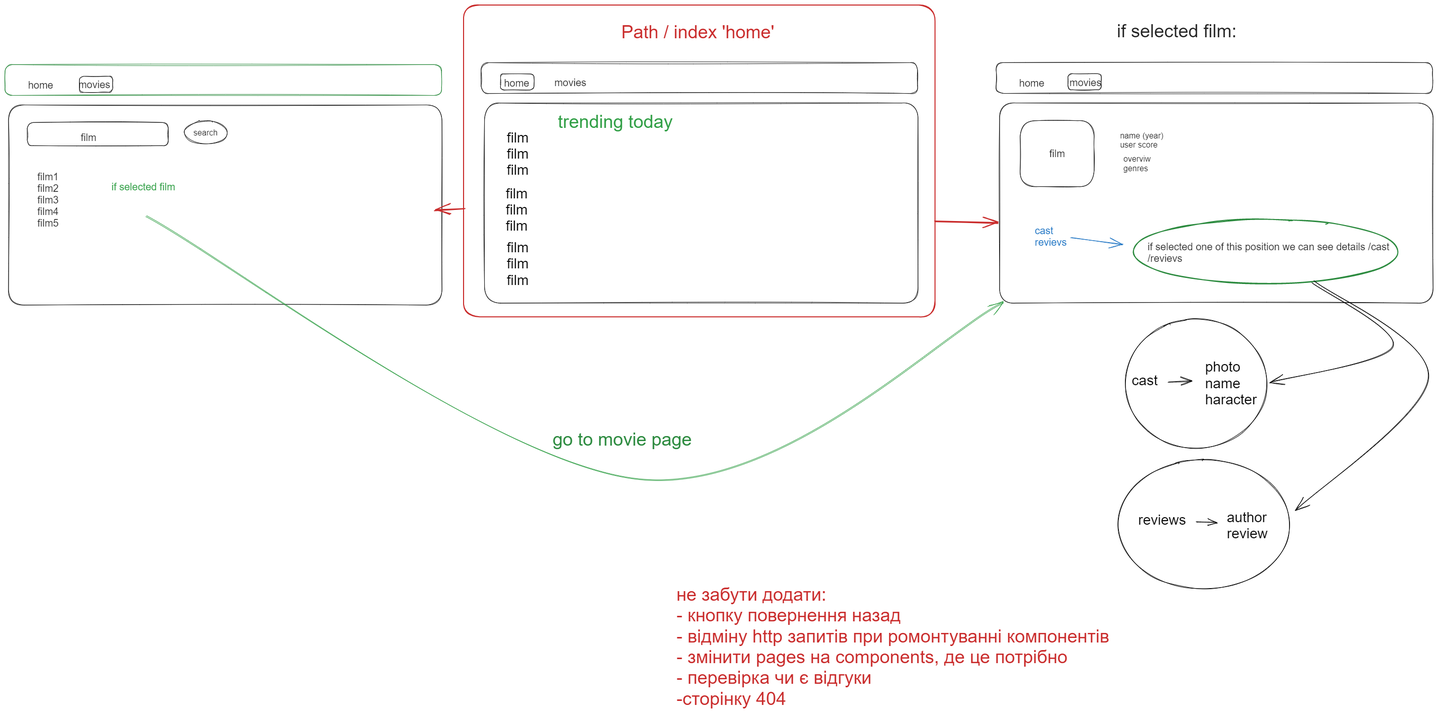
This is public/draw.png from AngryAndrii/goit-react-hw-05-movies, a Excalidraw export, as it was before one commit. Source tidied: one line per element, renumbered; positions are measured from the earlier drawing's top-left corner, leaving out a move shared by most shapes.
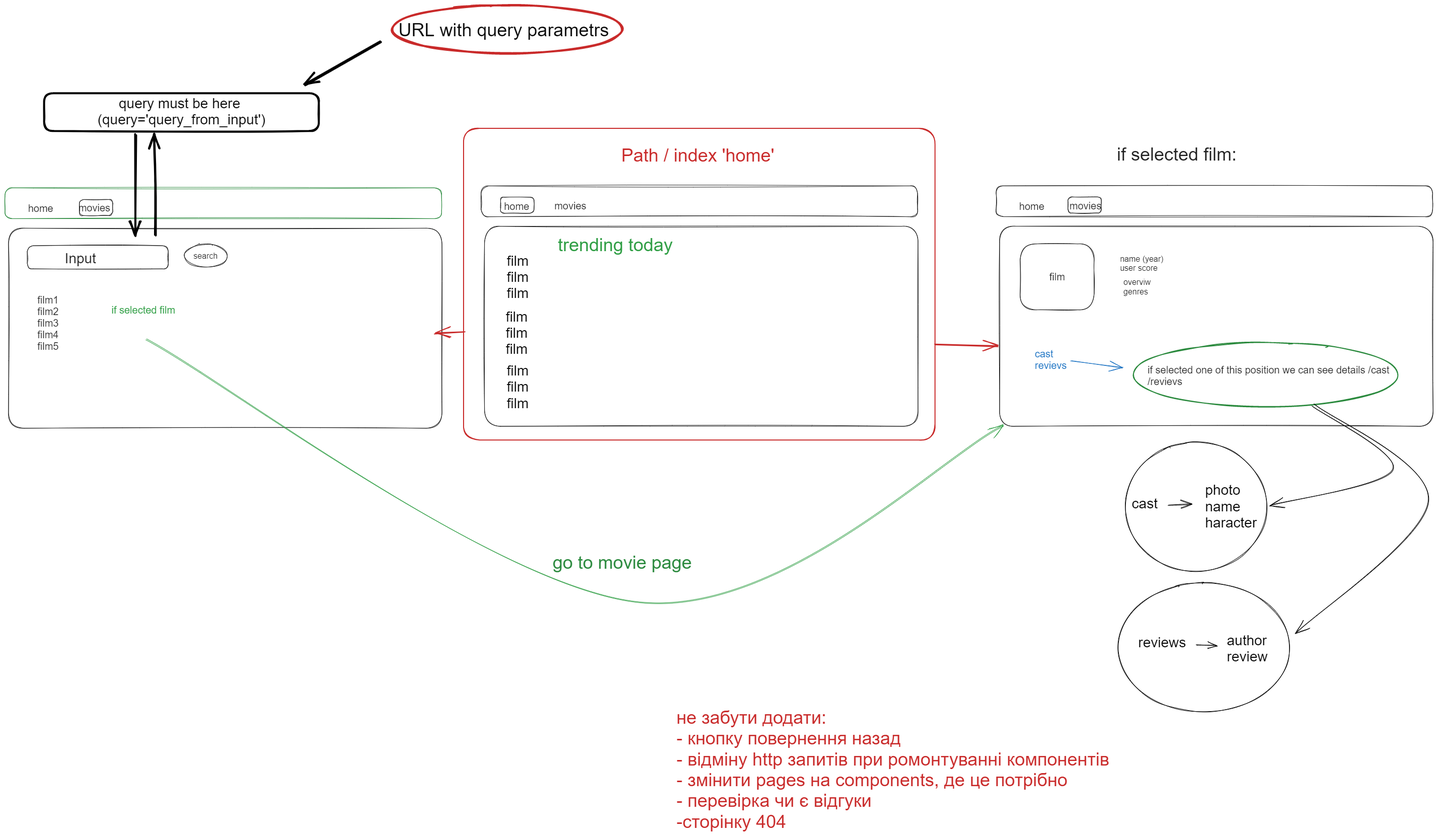
The same file after the commit.

The edit, as a diff of the source:
```diff
@@ -26,7 +26,7 @@
 {"id": 25, "type": "ellipse", "strokeColor": "#1e1e1e", "strokeWidth": 1, "roughness": 1, "round": true, "x": 356, "y": 230, "width": 85, "height": 46}
 {"id": 26, "type": "text", "text": "search", "strokeColor": "#1e1e1e", "strokeWidth": 1, "roughness": 1, "fontSize": 16, "fontFamily": 2, "textAlign": "center", "verticalAlign": "middle", "inside": 25, "x": 374, "y": 244, "width": 48, "height": 18}
 {"id": 27, "type": "text", "text": "film1\nfilm2\nfilm3\nfilm4\nfilm5", "strokeColor": "#1e1e1e", "strokeWidth": 1, "roughness": 1, "fontSize": 20, "fontFamily": 2, "x": 64, "y": 330, "width": 42, "height": 115}
-{"id": 28, "type": "text", "text": "film", "strokeColor": "#1e1e1e", "strokeWidth": 1, "roughness": 1, "fontSize": 20, "fontFamily": 2, "x": 150, "y": 252, "width": 31, "height": 23}
+{"id": 28, "type": "text", "text": "Input", "strokeColor": "#1e1e1e", "strokeWidth": 1, "roughness": 1, "fontSize": 28, "fontFamily": 2, "x": 119, "y": 243, "width": 62, "height": 32}
 {"id": 29, "type": "arrow", "strokeColor": "#2f9e44", "strokeWidth": 1, "roughness": 1, "endArrowhead": "arrow", "round": true, "x": 280, "y": 419, "width": 1703, "height": 522, "points": [[0, 0], [980, 522], [1703, 172]]}
 {"id": 30, "type": "text", "text": "if selected film", "strokeColor": "#2f9e44", "strokeWidth": 1, "roughness": 1, "fontSize": 20, "fontFamily": 2, "x": 211, "y": 350, "width": 127, "height": 23}
 {"id": 31, "type": "rectangle", "strokeColor": "#c92a2a", "strokeWidth": 2, "roughness": 1, "round": true, "x": 911, "y": 0, "width": 937, "height": 619}
@@ -49,3 +49,10 @@
 {"id": 48, "type": "text", "text": "film\nfilm\nfilm", "strokeColor": "#000000", "strokeWidth": 1, "roughness": 1, "fontSize": 28, "fontFamily": 2, "x": 997, "y": 248, "width": 44, "height": 97}
 {"id": 49, "type": "text", "text": "film\nfilm\nfilm", "strokeColor": "#000000", "strokeWidth": 1, "roughness": 1, "fontSize": 28, "fontFamily": 2, "x": 995, "y": 359, "width": 44, "height": 97}
 {"id": 50, "type": "text", "text": "film\nfilm\nfilm", "strokeColor": "#000000", "strokeWidth": 1, "roughness": 1, "fontSize": 28, "fontFamily": 2, "x": 997, "y": 467, "width": 44, "height": 97}
+{"id": 51, "type": "arrow", "strokeColor": "#000000", "strokeWidth": 4, "roughness": 1, "endArrowhead": "arrow", "round": true, "x": 259, "y": 13, "width": 0, "height": 201, "points": [[0, 0], [0, 201]]}
+{"id": 52, "type": "arrow", "strokeColor": "#000000", "strokeWidth": 4, "roughness": 1, "endArrowhead": "arrow", "round": true, "x": 299, "y": 213, "width": 3, "height": 201, "points": [[0, 0], [-1, -100], [-3, -201]]}
+{"id": 53, "type": "rectangle", "strokeColor": "#000000", "strokeWidth": 4, "roughness": 1, "round": true, "x": 78, "y": -70, "width": 546, "height": 75}
+{"id": 54, "type": "text", "text": "query must be here \n(query='query_from_input')", "strokeColor": "#000000", "strokeWidth": 4, "roughness": 1, "fontSize": 28, "fontFamily": 2, "textAlign": "center", "verticalAlign": "middle", "inside": 53, "x": 184, "y": -65, "width": 334, "height": 64}
+{"id": 55, "type": "arrow", "strokeColor": "#000000", "strokeWidth": 4, "roughness": 1, "endArrowhead": "arrow", "round": true, "to": 53, "x": 747, "y": -171, "width": 150, "height": 85, "points": [[0, 0], [-150, 85]]}
+{"id": 56, "type": "text", "text": "URL with query parametrs", "strokeColor": "#000000", "strokeWidth": 4, "roughness": 1, "fontSize": 36, "fontFamily": 2, "x": 781, "y": -216, "width": 418, "height": 41}
+{"id": 57, "type": "ellipse", "strokeColor": "#c92a2a", "strokeWidth": 4, "roughness": 1, "round": true, "x": 769, "y": -245, "width": 458, "height": 96}
```
